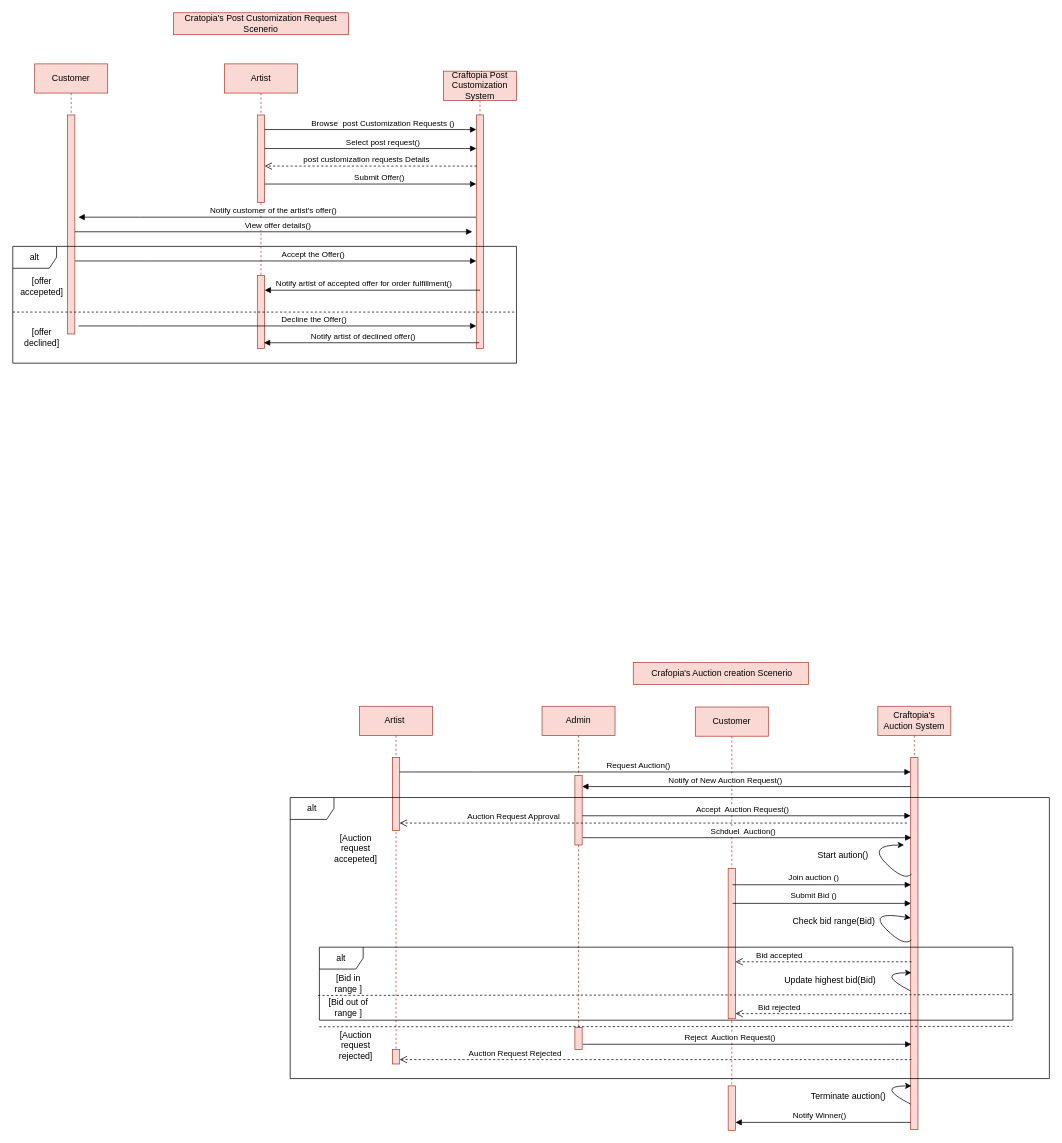
The draw.io diagram Sequence Diagram/Sequence  Diagram 1.drawio in alibedair/Graduation-Project, before the edit. Source tidied: cells renumbered, new cells numbered last; positions are measured from the earlier drawing's top-left corner, leaving out a move shared by most shapes. Both pictures are drawn from the tidied source at 73%, with x=0, y=0 at pixel (12, 12).
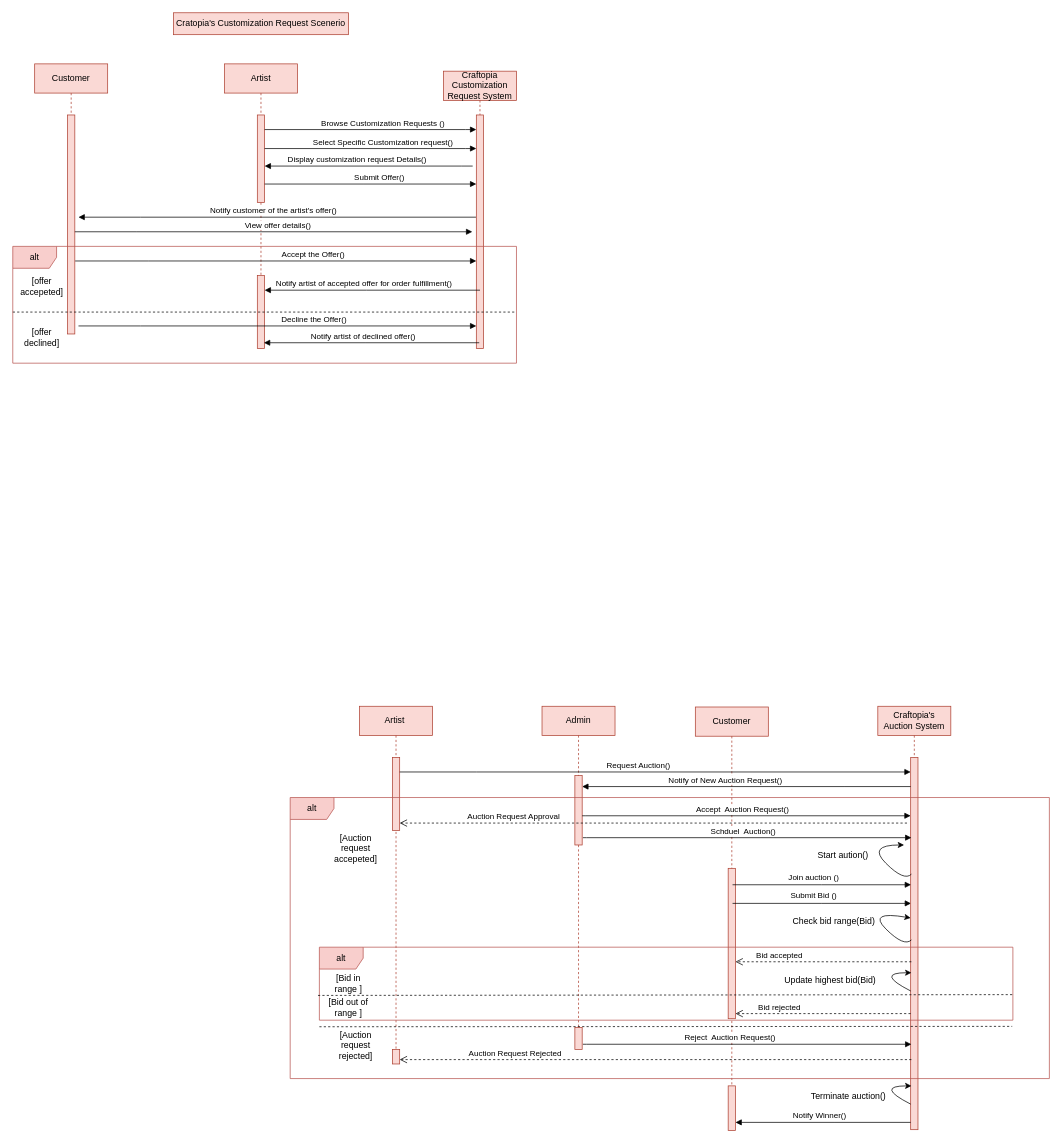
The same page after the edit.

Unchanged cells that the change refers to:
```xml
<mxCell id="6" style="html=1;points=[];perimeter=orthogonalPerimeter;outlineConnect=0;targetShapes=umlLifeline;portConstraint=eastwest;newEdgeStyle={&quot;edgeStyle&quot;:&quot;elbowEdgeStyle&quot;,&quot;elbow&quot;:&quot;vertical&quot;,&quot;curved&quot;:0,&quot;rounded&quot;:0};fillColor=#fad9d5;strokeColor=#ae4132;" parent="5" vertex="1">
  <mxGeometry x="45" y="70" width="10" height="120" as="geometry" />
</mxCell>
```

What changed in the source:
```diff
@@
-    <mxCell id="4" value="Cratopia's Post Customization Request Scenerio" style="text;html=1;align=center;verticalAlign=middle;whiteSpace=wrap;rounded=0;fillColor=#fad9d5;strokeColor=#ae4132;" parent="1" vertex="1">
+    <mxCell id="4" value="Cratopia's Customization Request Scenerio" style="text;html=1;align=center;verticalAlign=middle;whiteSpace=wrap;rounded=0;fillColor=#fad9d5;strokeColor=#ae4132;" parent="1" vertex="1">
       <mxGeometry x="220" width="240" height="30" as="geometry" />
     </mxCell>
@@
-    <mxCell id="11" value="&amp;nbsp;Crafopia's Auction creation Scenerio" style="text;html=1;align=center;verticalAlign=middle;whiteSpace=wrap;rounded=0;fillColor=#fad9d5;strokeColor=#ae4132;" parent="1" vertex="1">
-      <mxGeometry x="850" y="890" width="240" height="30" as="geometry" />
-    </mxCell>
-    <mxCell id="12" value="Craftopia Post Customization System" style="shape=umlLifeline;perimeter=lifelinePerimeter;whiteSpace=wrap;html=1;newEdgeStyle={&quot;edgeStyle&quot;:&quot;elbowEdgeStyle&quot;,&quot;elbow&quot;:&quot;vertical&quot;,&quot;curved&quot;:0,&quot;rounded&quot;:0};fillColor=#fad9d5;strokeColor=#ae4132;" parent="1" vertex="1">
+    <mxCell id="12" value="Craftopia Customization Request System" style="shape=umlLifeline;perimeter=lifelinePerimeter;whiteSpace=wrap;html=1;newEdgeStyle={&quot;edgeStyle&quot;:&quot;elbowEdgeStyle&quot;,&quot;elbow&quot;:&quot;vertical&quot;,&quot;curved&quot;:0,&quot;rounded&quot;:0};fillColor=#fad9d5;strokeColor=#ae4132;" parent="1" vertex="1">
       <mxGeometry x="590" y="80" width="100" height="380" as="geometry" />
     </mxCell>
@@
-    <mxCell id="14" value="&amp;nbsp;post customization requests Details" style="html=1;verticalAlign=bottom;endArrow=open;dashed=1;endSize=8;edgeStyle=elbowEdgeStyle;elbow=horizontal;curved=0;rounded=0;" parent="1" edge="1" target="6">
-      <mxGeometry x="0.05" relative="1" as="geometry">
-        <mxPoint x="635.5" y="210" as="sourcePoint" />
-        <Array as="points">
-          <mxPoint x="630.5" y="210" />
-        </Array>
-      </mxGeometry>
-    </mxCell>
@@
-    <mxCell id="16" value="alt" style="shape=umlFrame;whiteSpace=wrap;html=1;" parent="1" vertex="1">
+    <mxCell id="16" value="alt" style="shape=umlFrame;whiteSpace=wrap;html=1;fillColor=#f8cecc;strokeColor=#b85450;" parent="1" vertex="1">
       <mxGeometry y="320" width="690" height="160" as="geometry" />
     </mxCell>
@@
-    <mxCell id="37" value="alt" style="shape=umlFrame;whiteSpace=wrap;html=1;" parent="1" vertex="1">
+    <mxCell id="37" value="alt" style="shape=umlFrame;whiteSpace=wrap;html=1;fillColor=#f8cecc;strokeColor=#b85450;" parent="1" vertex="1">
       <mxGeometry x="380" y="1075" width="1040" height="385" as="geometry" />
     </mxCell>
@@
-    <mxCell id="52" value="Browse&amp;nbsp; post Customization Requests ()" style="html=1;verticalAlign=bottom;endArrow=block;edgeStyle=elbowEdgeStyle;elbow=vertical;curved=0;rounded=0;" parent="1" edge="1">
+    <mxCell id="52" value="Browse Customization Requests ()" style="html=1;verticalAlign=bottom;endArrow=block;edgeStyle=elbowEdgeStyle;elbow=vertical;curved=0;rounded=0;" parent="1" edge="1">
       <mxGeometry x="0.12" relative="1" as="geometry">
         <mxPoint x="345" y="160" as="sourcePoint" />
         <mxPoint x="635" y="160" as="targetPoint" />
         <Array as="points">
           <mxPoint x="620" y="160" />
         </Array>
       </mxGeometry>
     </mxCell>
@@
-    <mxCell id="55" value="alt" style="shape=umlFrame;whiteSpace=wrap;html=1;" parent="1" vertex="1">
+    <mxCell id="55" value="alt" style="shape=umlFrame;whiteSpace=wrap;html=1;fillColor=#f8cecc;strokeColor=#b85450;" parent="1" vertex="1">
       <mxGeometry x="420" y="1280" width="950" height="100" as="geometry" />
     </mxCell>
@@
-    <mxCell id="62" value="Select post request()" style="html=1;verticalAlign=bottom;endArrow=block;edgeStyle=elbowEdgeStyle;elbow=vertical;curved=0;rounded=0;" parent="1" edge="1">
+    <mxCell id="62" value="Select Specific Customization request()" style="html=1;verticalAlign=bottom;endArrow=block;edgeStyle=elbowEdgeStyle;elbow=vertical;curved=0;rounded=0;" parent="1" edge="1">
       <mxGeometry x="0.12" relative="1" as="geometry">
         <mxPoint x="345" y="186" as="sourcePoint" />
         <mxPoint x="635" y="186" as="targetPoint" />
         <Array as="points">
           <mxPoint x="620" y="186" />
         </Array>
       </mxGeometry>
     </mxCell>
@@
+    <mxCell id="64" value="&amp;nbsp;Display customization request Details()" style="html=1;verticalAlign=bottom;endArrow=block;edgeStyle=elbowEdgeStyle;elbow=vertical;curved=0;rounded=0;" parent="1" edge="1" target="6">
+      <mxGeometry x="0.12" relative="1" as="geometry">
+        <mxPoint x="630" y="210" as="sourcePoint" />
+        <Array as="points">
+          <mxPoint x="615" y="210" />
+        </Array>
+      </mxGeometry>
+    </mxCell>
```
